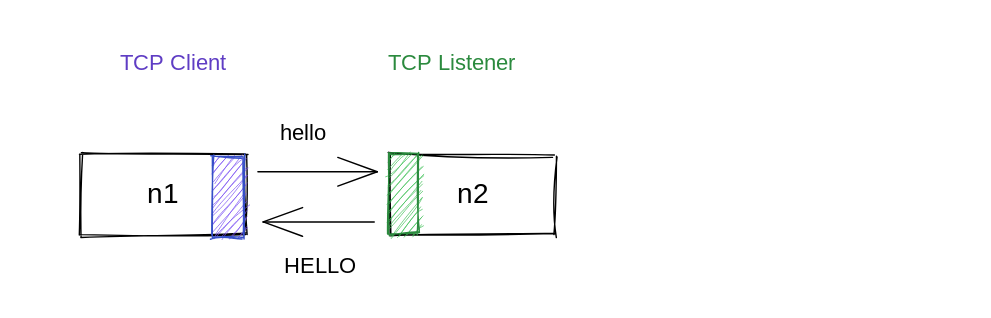
build-trust/ockam-documentation keeps this Excalidraw diagram as .gitbook/assets/file.excalidraw.svg. Above is the earlier version. Source tidied: one line per element, renumbered; positions are measured from the earlier drawing's top-left corner, leaving out a move shared by most shapes.
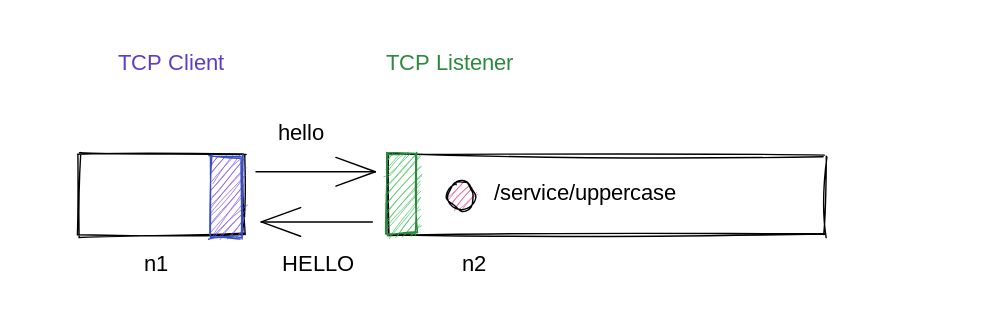
The same diagram one commit later.

Commit message:
GITBOOK-899: change request with no subject merged in GitBook

What changed in the source:
```diff
@@ -1,13 +1,15 @@
-{"id": 0, "type": "rectangle", "strokeColor": "#000000", "strokeWidth": 1, "roughness": 1, "x": 269, "y": 101, "width": 118, "height": 57}
+{"id": 0, "type": "rectangle", "strokeColor": "#000000", "strokeWidth": 1, "roughness": 1, "x": 269, "y": 101, "width": 312, "height": 57}
-{"id": 1, "type": "text", "text": "n2", "strokeColor": "#000000", "strokeWidth": 1, "roughness": 1, "fontSize": 20, "fontFamily": 1, "textAlign": "center", "verticalAlign": "middle", "inside": 0, "x": 315, "y": 117, "width": 26, "height": 25}
 {"id": 2, "type": "text", "text": "TCP Listener", "strokeColor": "#2b8a3e", "strokeWidth": 1, "roughness": 1, "fontSize": 16, "fontFamily": 1, "x": 267, "y": 26, "width": 106, "height": 20}
 {"id": 3, "type": "rectangle", "strokeColor": "#2b8a3e", "backgroundColor": "#40c057", "fillStyle": "hachure", "strokeWidth": 1, "roughness": 1, "x": 267, "y": 99, "width": 21, "height": 58}
-{"id": 4, "type": "rectangle", "strokeColor": "transparent", "strokeWidth": 1, "roughness": 1, "round": true, "x": 0, "y": 0, "width": 688, "height": 207}
+{"id": 4, "type": "rectangle", "strokeColor": "transparent", "strokeWidth": 1, "roughness": 1, "round": true, "x": 1, "y": 0, "width": 688, "height": 207}
 {"id": 5, "type": "text", "text": "TCP Client", "strokeColor": "#5f3dc4", "strokeWidth": 1, "roughness": 1, "fontSize": 16, "fontFamily": 1, "x": 76, "y": 26, "width": 87, "height": 20}
 {"id": 6, "type": "rectangle", "strokeColor": "#000000", "strokeWidth": 1, "roughness": 1, "x": 48, "y": 101, "width": 118, "height": 57}
-{"id": 7, "type": "text", "text": "n1", "strokeColor": "#000000", "strokeWidth": 1, "roughness": 1, "fontSize": 20, "fontFamily": 1, "textAlign": "center", "verticalAlign": "middle", "inside": 6, "x": 98, "y": 117, "width": 17, "height": 25}
 {"id": 8, "type": "rectangle", "strokeColor": "#364fc7", "backgroundColor": "#7950f2", "fillStyle": "hachure", "strokeWidth": 1, "roughness": 1, "x": 142, "y": 101, "width": 21, "height": 58}
 {"id": 9, "type": "arrow", "strokeColor": "#000000", "backgroundColor": "#7950f2", "fillStyle": "hachure", "strokeWidth": 1, "roughness": 0, "endArrowhead": "arrow", "round": true, "from": 8, "to": 3, "x": 174, "y": 113, "width": 85, "height": 0, "points": [[0, 0], [85, 0]]}
 {"id": 10, "type": "arrow", "strokeColor": "#000000", "backgroundColor": "#7950f2", "fillStyle": "hachure", "strokeWidth": 1, "roughness": 0, "startArrowhead": "arrow", "round": true, "from": 8, "to": 3, "x": 178, "y": 149, "width": 79, "height": 0, "points": [[0, 0], [79, 0]]}
-{"id": 11, "type": "text", "text": "HELLO", "strokeColor": "#000000", "strokeWidth": 1, "roughness": 1, "fontSize": 16, "fontFamily": 1, "x": 193, "y": 171, "width": 52, "height": 20}
+{"id": 11, "type": "text", "text": "HELLO", "strokeColor": "#000000", "strokeWidth": 1, "roughness": 1, "fontSize": 16, "fontFamily": 1, "x": 193, "y": 169, "width": 52, "height": 20}
 {"id": 12, "type": "text", "text": "hello", "strokeColor": "#000000", "strokeWidth": 1, "roughness": 1, "fontSize": 16, "fontFamily": 1, "x": 190, "y": 76, "width": 36, "height": 20}
+{"id": 1, "type": "text", "text": "n2", "strokeColor": "#000000", "strokeWidth": 1, "roughness": 1, "fontSize": 16, "fontFamily": 1, "x": 321, "y": 169, "width": 21, "height": 20}
+{"id": 7, "type": "text", "text": "n1", "strokeColor": "#000000", "strokeWidth": 1, "roughness": 1, "fontSize": 16, "fontFamily": 1, "x": 94, "y": 169, "width": 14, "height": 20}
+{"id": 13, "type": "text", "text": "/service/uppercase", "strokeColor": "#000000", "strokeWidth": 1, "roughness": 1, "fontSize": 16, "fontFamily": 1, "x": 344, "y": 119, "width": 148, "height": 20}
+{"id": 14, "type": "ellipse", "strokeColor": "#000000", "backgroundColor": "#e64980", "fillStyle": "hachure", "strokeWidth": 1, "roughness": 1, "round": true, "x": 311, "y": 120, "width": 20, "height": 20}
```
